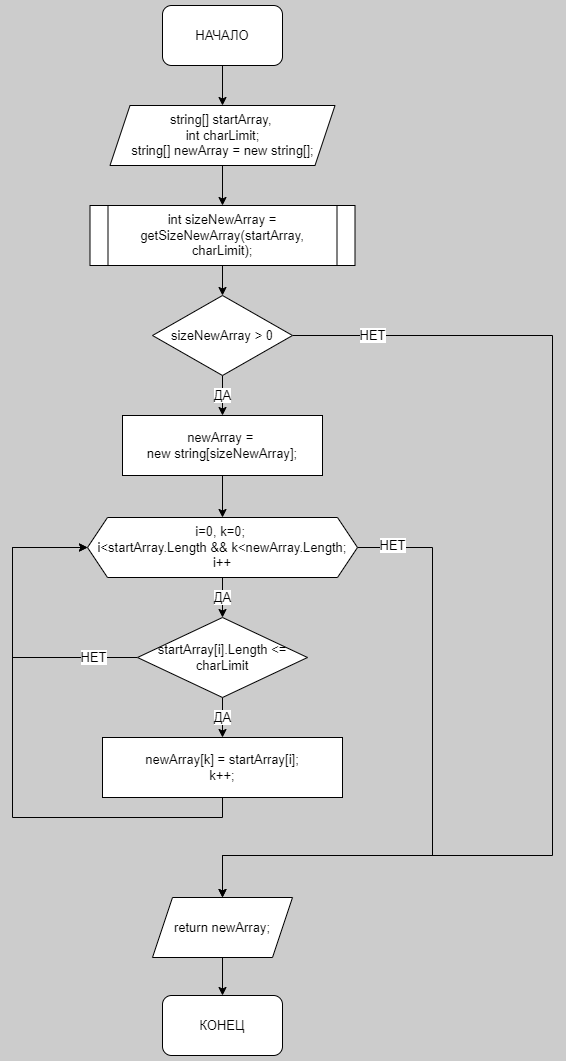
Earlier version of the draw.io export Images/getNewArray.drawio.png (jokerjam-s/GB_ControlWork_001). Source tidied: cells renumbered, new cells last; positions are measured from the earlier drawing's top-left corner, leaving out a move shared by most shapes.
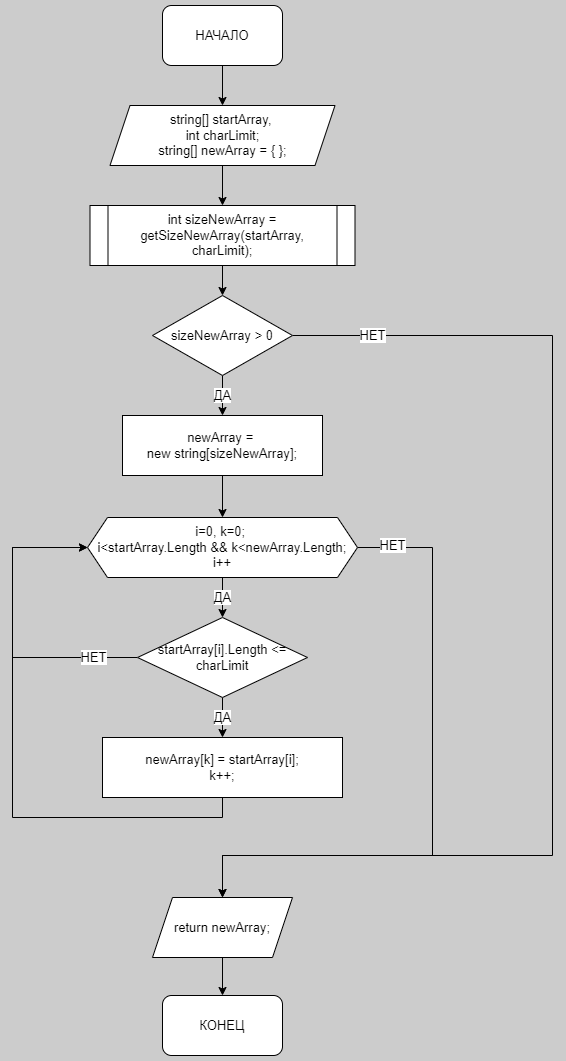
Above is the later version.

Diff of the diagram source:
```diff
@@ -11,7 +11,7 @@
     <mxCell id="4" style="edgeStyle=orthogonalEdgeStyle;rounded=0;jettySize=auto;html=1;exitX=0.5;exitY=1;exitDx=0;exitDy=0;entryX=0.5;entryY=0;entryDx=0;entryDy=0;fontSize=13;" parent="1" edge="1" source="5" target="7">
       <mxGeometry relative="1" as="geometry" />
     </mxCell>
-    <mxCell id="5" value="string[] startArray,&amp;nbsp;&lt;br style=&quot;font-size: 13px;&quot;&gt;int charLimit;&lt;br&gt;string[] newArray = new string[];" style="shape=parallelogram;perimeter=parallelogramPerimeter;whiteSpace=wrap;html=1;fixedSize=1;fontSize=13;" parent="1" vertex="1">
+    <mxCell id="5" value="string[] startArray,&amp;nbsp;&lt;br style=&quot;font-size: 13px;&quot;&gt;int charLimit;&lt;br&gt;string[] newArray = { };" style="shape=parallelogram;perimeter=parallelogramPerimeter;whiteSpace=wrap;html=1;fixedSize=1;fontSize=13;" parent="1" vertex="1">
       <mxGeometry x="97.5" y="100" width="225" height="60" as="geometry" />
     </mxCell>
     <mxCell id="6" style="edgeStyle=orthogonalEdgeStyle;rounded=0;jettySize=auto;html=1;exitX=0.5;exitY=1;exitDx=0;exitDy=0;entryX=0.5;entryY=0;entryDx=0;entryDy=0;fontSize=13;endArrow=classic;endFill=1;startSize=6;endSize=6;" parent="1" edge="1" source="7" target="23">
```
